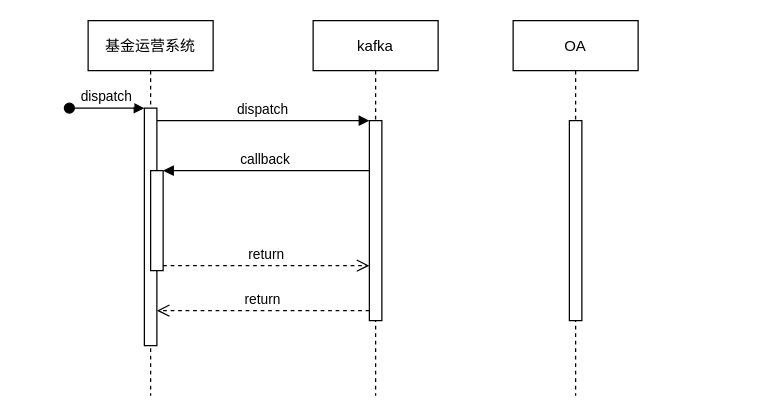
Before: 未命名绘图.drawio in mawenke321/pythonTraining1, a draw.io diagram. Source tidied: cells renumbered, new cells numbered last; positions are measured from the earlier drawing's top-left corner, leaving out a move shared by most shapes. Both pictures are drawn from the tidied source at 125%, with x=0, y=0 at pixel (69, 20).
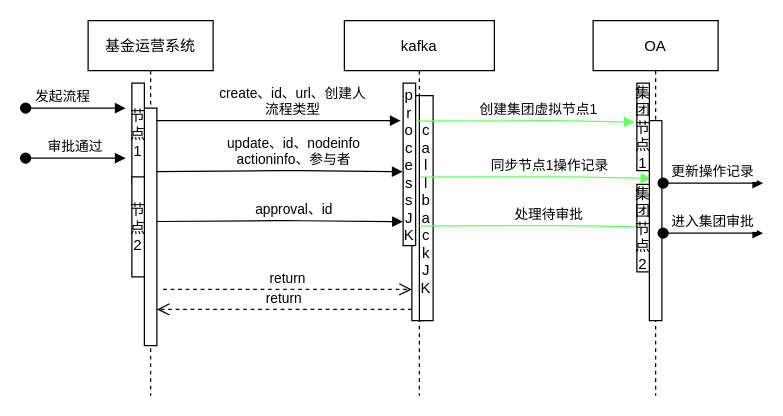
After the change.

Unchanged cells that the change refers to:
```xml
<mxCell id="2" value="基金运营系统" style="shape=umlLifeline;perimeter=lifelinePerimeter;rounded=0;shadow=0;strokeWidth=1;" parent="1" vertex="1">
  <mxGeometry x="15" width="100" height="300" as="geometry" />
</mxCell>
<mxCell id="3" style="points=[];perimeter=orthogonalPerimeter;rounded=0;shadow=0;strokeWidth=1;" parent="2" vertex="1">
  <mxGeometry x="45" y="70" width="10" height="190" as="geometry" />
</mxCell>
```

The edit, as a diff of the source:
```diff
@@
-    <mxCell id="4" value="dispatch" style="verticalAlign=bottom;startArrow=oval;endArrow=block;startSize=8;shadow=0;strokeWidth=1;" parent="2" edge="1" target="3">
-      <mxGeometry relative="1" as="geometry">
-        <mxPoint x="-15" y="70" as="sourcePoint" />
+    <mxCell id="4" value="发起流程" style="verticalAlign=bottom;startArrow=oval;endArrow=block;startSize=8;shadow=0;strokeWidth=1;" parent="2" edge="1">
+      <mxGeometry x="-0.25" relative="1" as="geometry">
+        <mxPoint x="-50" y="70" as="sourcePoint" />
+        <mxPoint x="30" y="70" as="targetPoint" />
       </mxGeometry>
     </mxCell>
-    <mxCell id="5" style="points=[];perimeter=orthogonalPerimeter;rounded=0;shadow=0;strokeWidth=1;" parent="2" vertex="1">
-      <mxGeometry x="50" y="120" width="10" height="80" as="geometry" />
-    </mxCell>
+    <mxCell id="14" value="节&#10;点&#10;1" style="perimeter=orthogonalPerimeter;rounded=0;shadow=0;strokeWidth=1;" parent="2" vertex="1">
+      <mxGeometry x="35" y="50" width="10" height="80" as="geometry" />
+    </mxCell>
+    <mxCell id="15" value="节&#10;点&#10;2" style="perimeter=orthogonalPerimeter;rounded=0;shadow=0;strokeWidth=1;" parent="2" vertex="1">
+      <mxGeometry x="35" y="125" width="10" height="80" as="geometry" />
+    </mxCell>
+    <mxCell id="16" value="approval、id" style="verticalAlign=bottom;endArrow=block;shadow=0;strokeWidth=1;entryX=-0.04;entryY=0.545;entryDx=0;entryDy=0;entryPerimeter=0;exitX=0.98;exitY=0.267;exitDx=0;exitDy=0;exitPerimeter=0;" parent="2" edge="1">
+      <mxGeometry x="0.12" relative="1" as="geometry">
+        <mxPoint x="55" y="160.7" as="sourcePoint" />
+        <mxPoint x="251.8" y="160.9" as="targetPoint" />
+        <Array as="points">
+          <mxPoint x="160.2" y="160" />
+        </Array>
+      </mxGeometry>
+    </mxCell>
     <mxCell id="6" value="kafka" style="shape=umlLifeline;perimeter=lifelinePerimeter;rounded=0;shadow=0;strokeWidth=1;" parent="1" vertex="1">
-      <mxGeometry x="195" width="100" height="300" as="geometry" />
+      <mxGeometry x="220" width="120" height="300" as="geometry" />
     </mxCell>
     <mxCell id="7" style="points=[];perimeter=orthogonalPerimeter;rounded=0;shadow=0;strokeWidth=1;" parent="6" vertex="1">
-      <mxGeometry x="45" y="80" width="10" height="160" as="geometry" />
+      <mxGeometry x="54" y="60" width="10" height="180" as="geometry" />
     </mxCell>
+    <mxCell id="17" value="p&#10;r&#10;o&#10;c&#10;e&#10;s&#10;s&#10;J&#10;K" style="points=[];perimeter=orthogonalPerimeter;rounded=0;shadow=0;strokeWidth=1;" parent="6" vertex="1">
+      <mxGeometry x="47" y="50" width="10" height="130" as="geometry" />
+    </mxCell>
+    <mxCell id="18" value="c&#10;a&#10;l&#10;l&#10;b&#10;a&#10;c&#10;k&#10;J&#10;K" style="points=[];perimeter=orthogonalPerimeter;rounded=0;shadow=0;strokeWidth=1;" parent="6" vertex="1">
+      <mxGeometry x="60" y="60" width="11" height="180" as="geometry" />
+    </mxCell>
+    <mxCell id="19" value="同步节点1操作记录" style="verticalAlign=bottom;endArrow=block;shadow=0;strokeWidth=1;entryX=-0.18;entryY=0.446;entryDx=0;entryDy=0;entryPerimeter=0;exitX=0.055;exitY=0.362;exitDx=0;exitDy=0;exitPerimeter=0;strokeColor=#66FF66;" parent="6" edge="1" source="18">
+      <mxGeometry x="0.12" relative="1" as="geometry">
+        <mxPoint x="245.6" y="126.2" as="targetPoint" />
+        <Array as="points">
+          <mxPoint x="183.4" y="125" />
+        </Array>
+      </mxGeometry>
+    </mxCell>
+    <mxCell id="20" value="处理待审批" style="verticalAlign=bottom;endArrow=block;shadow=0;strokeWidth=1;entryX=-0.18;entryY=0.446;entryDx=0;entryDy=0;entryPerimeter=0;exitX=0.055;exitY=0.362;exitDx=0;exitDy=0;exitPerimeter=0;strokeColor=#66FF66;" parent="6" edge="1">
+      <mxGeometry x="0.12" relative="1" as="geometry">
+        <mxPoint x="60" y="164.2" as="sourcePoint" />
+        <mxPoint x="245" y="165.2" as="targetPoint" />
+        <Array as="points">
+          <mxPoint x="182.8" y="164" />
+        </Array>
+      </mxGeometry>
+    </mxCell>
@@
-    <mxCell id="9" value="dispatch" style="verticalAlign=bottom;endArrow=block;entryX=0;entryY=0;shadow=0;strokeWidth=1;" parent="1" edge="1" source="3" target="7">
-      <mxGeometry relative="1" as="geometry" />
+    <mxCell id="9" value="create、id、url、创建人&#10;流程类型" style="verticalAlign=bottom;endArrow=block;shadow=0;strokeWidth=1;" parent="1" edge="1" source="3">
+      <mxGeometry x="0.12" relative="1" as="geometry">
+        <mxPoint x="265" y="80" as="targetPoint" />
+        <Array as="points">
+          <mxPoint x="185" y="80" />
+        </Array>
+      </mxGeometry>
     </mxCell>
-    <mxCell id="10" value="callback" style="verticalAlign=bottom;endArrow=block;entryX=1;entryY=0;shadow=0;strokeWidth=1;" parent="1" edge="1" source="7" target="5">
-      <mxGeometry relative="1" as="geometry" />
-    </mxCell>
-    <mxCell id="11" value="return" style="verticalAlign=bottom;endArrow=open;dashed=1;endSize=8;exitX=1;exitY=0.95;shadow=0;strokeWidth=1;" parent="1" edge="1" source="5" target="7">
-      <mxGeometry relative="1" as="geometry" />
+    <mxCell id="11" value="return" style="verticalAlign=bottom;endArrow=open;dashed=1;endSize=8;exitX=1;exitY=0.95;shadow=0;strokeWidth=1;" parent="1" edge="1" target="7">
+      <mxGeometry relative="1" as="geometry">
+        <mxPoint x="75" y="215" as="sourcePoint" />
+      </mxGeometry>
     </mxCell>
     <mxCell id="12" value="OA" style="shape=umlLifeline;perimeter=lifelinePerimeter;rounded=0;shadow=0;strokeWidth=1;" parent="1" vertex="1">
-      <mxGeometry x="355" width="100" height="300" as="geometry" />
+      <mxGeometry x="419" width="100" height="300" as="geometry" />
     </mxCell>
@@
+    <mxCell id="21" value="集&#10;团&#10;节&#10;点&#10;1" style="points=[];perimeter=orthogonalPerimeter;rounded=0;shadow=0;strokeWidth=1;" parent="12" vertex="1">
+      <mxGeometry x="35" y="50" width="10" height="70" as="geometry" />
+    </mxCell>
+    <mxCell id="22" value="更新操作记录" style="verticalAlign=bottom;startArrow=oval;endArrow=block;startSize=8;shadow=0;strokeWidth=1;" parent="12" edge="1">
+      <mxGeometry relative="1" as="geometry">
+        <mxPoint x="56" y="130" as="sourcePoint" />
+        <mxPoint x="136" y="130" as="targetPoint" />
+      </mxGeometry>
+    </mxCell>
+    <mxCell id="23" value="进入集团审批" style="verticalAlign=bottom;startArrow=oval;endArrow=block;startSize=8;shadow=0;strokeWidth=1;" parent="12" edge="1">
+      <mxGeometry relative="1" as="geometry">
+        <mxPoint x="56" y="170" as="sourcePoint" />
+        <mxPoint x="136" y="170" as="targetPoint" />
+      </mxGeometry>
+    </mxCell>
+    <mxCell id="24" value="集&#10;团&#10;节&#10;点&#10;2" style="perimeter=orthogonalPerimeter;rounded=0;shadow=0;strokeWidth=1;" parent="12" vertex="1">
+      <mxGeometry x="35" y="131" width="10" height="70" as="geometry" />
+    </mxCell>
+    <mxCell id="25" value="创建集团虚拟节点1" style="verticalAlign=bottom;endArrow=block;shadow=0;strokeWidth=1;entryX=-0.18;entryY=0.446;entryDx=0;entryDy=0;entryPerimeter=0;exitX=1.06;exitY=0.234;exitDx=0;exitDy=0;exitPerimeter=0;strokeColor=#66FF66;" parent="1" edge="1" source="17" target="21">
+      <mxGeometry x="0.12" relative="1" as="geometry">
+        <Array as="points">
+          <mxPoint x="390" y="80" />
+        </Array>
+      </mxGeometry>
+    </mxCell>
+    <mxCell id="26" value="审批通过" style="verticalAlign=bottom;startArrow=oval;endArrow=block;startSize=8;shadow=0;strokeWidth=1;" parent="1" edge="1">
+      <mxGeometry relative="1" as="geometry">
+        <mxPoint x="-35" y="110" as="sourcePoint" />
+        <mxPoint x="45" y="110" as="targetPoint" />
+      </mxGeometry>
+    </mxCell>
+    <mxCell id="27" value="update、id、nodeinfo&#10;actioninfo、参与者" style="verticalAlign=bottom;endArrow=block;shadow=0;strokeWidth=1;entryX=-0.04;entryY=0.545;entryDx=0;entryDy=0;entryPerimeter=0;exitX=0.98;exitY=0.267;exitDx=0;exitDy=0;exitPerimeter=0;" parent="1" edge="1" source="3" target="17">
+      <mxGeometry x="0.12" relative="1" as="geometry">
+        <Array as="points">
+          <mxPoint x="175" y="120" />
+        </Array>
+      </mxGeometry>
+    </mxCell>
```
